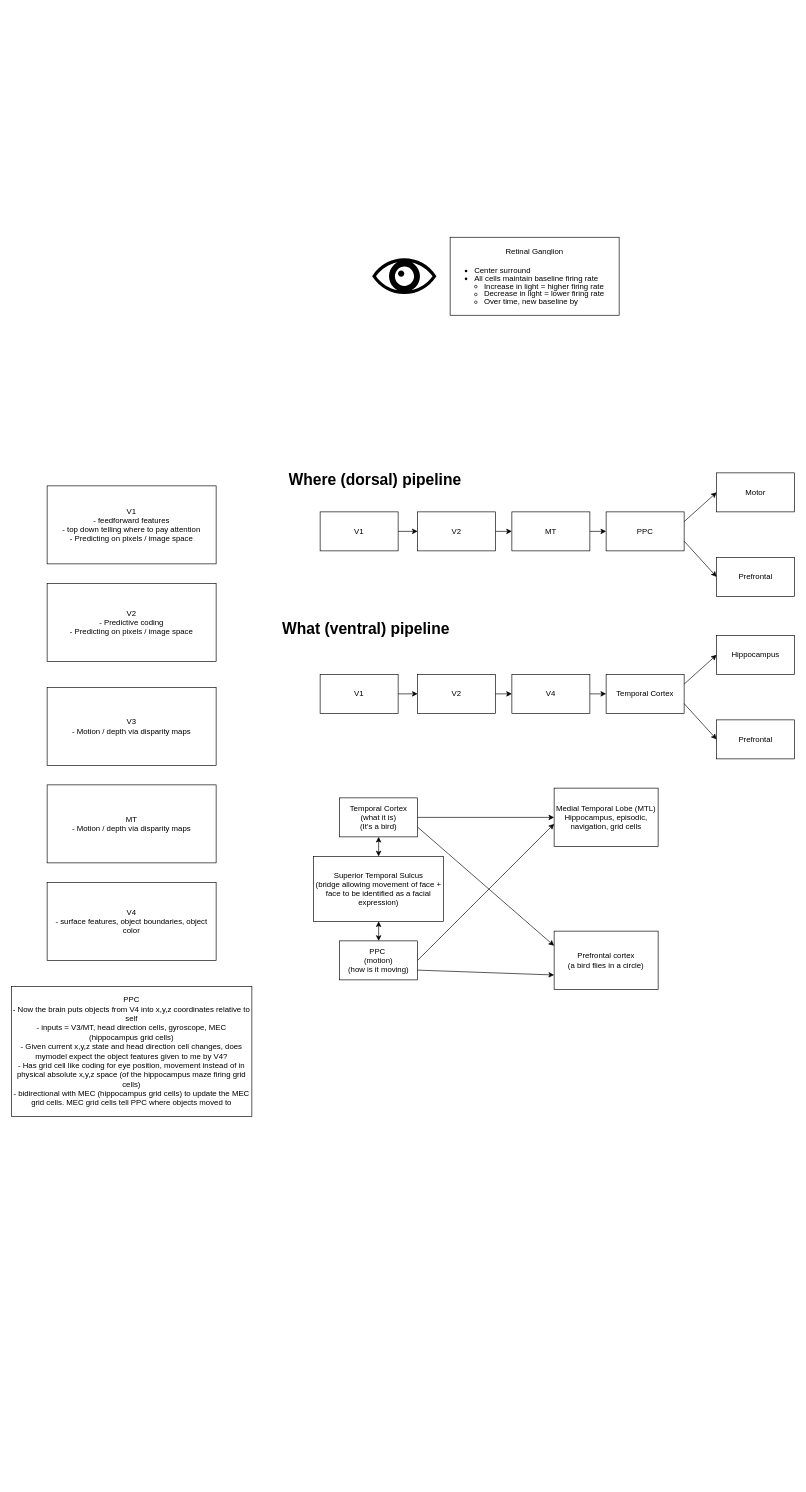
Before: VisualCortex.drawio in djsamseng/BusinessPlan, a draw.io diagram. Source tidied: cells renumbered, new cells numbered last; positions are measured from the earlier drawing's top-left corner, leaving out a move shared by most shapes. Both pictures are drawn from the tidied source at 65%, with x=0, y=0 at pixel (11, 237).
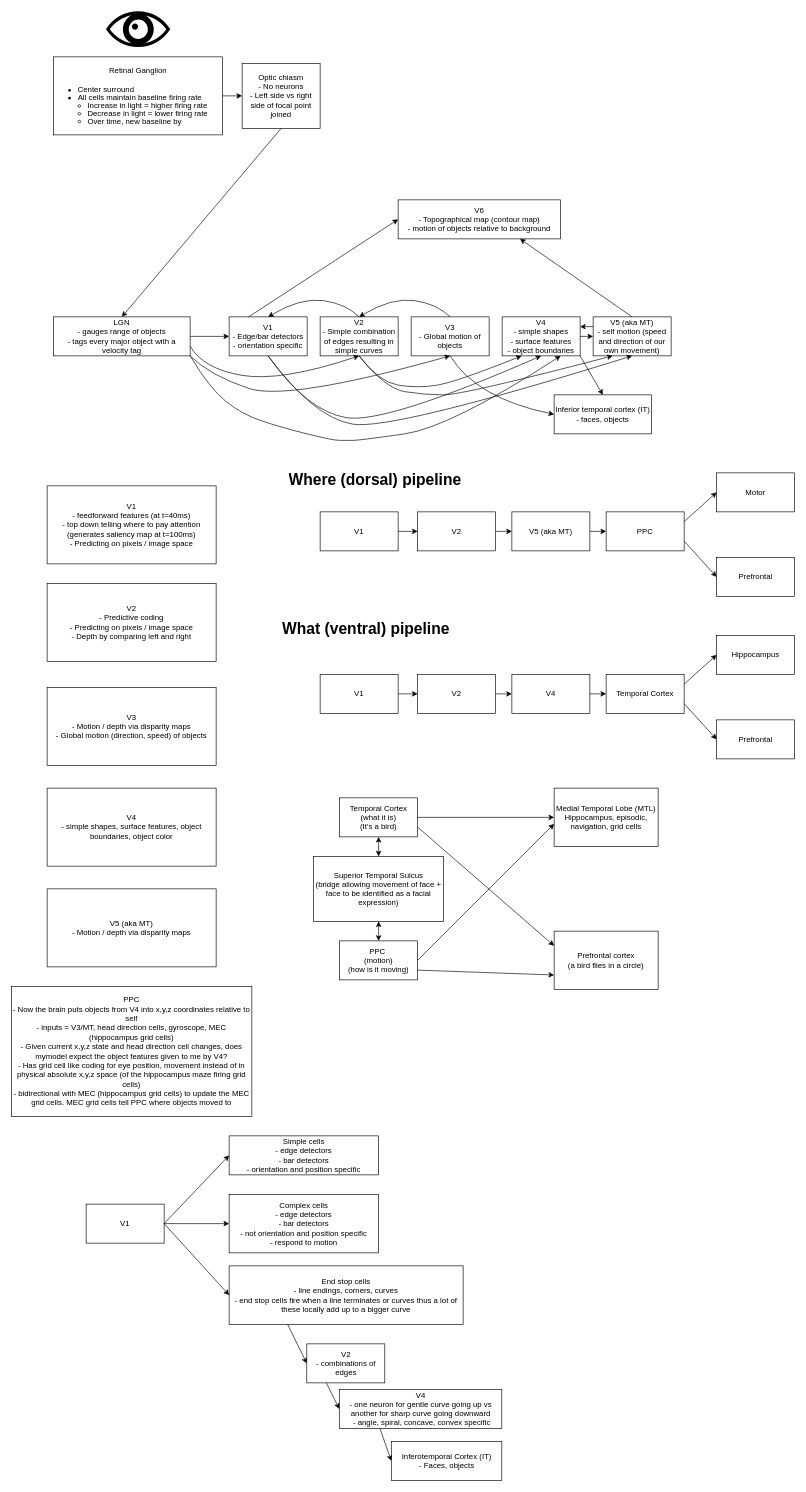
After the change.

Diff of the diagram source:
```diff
@@
     <mxCell id="2" style="shape=mxgraph.signs.healthcare.eye;html=1;fillColor=#000000;strokeColor=none;verticalLabelPosition=bottom;verticalAlign=top;align=center;" parent="1" vertex="1">
-      <mxGeometry x="555" y="32" width="99" height="55" as="geometry" />
+      <mxGeometry x="145.5" y="-348" width="99" height="55" as="geometry" />
     </mxCell>
     <mxCell id="3" value="Retinal Ganglion&lt;div&gt;&lt;br&gt;&lt;/div&gt;&lt;div&gt;&lt;ul style=&quot;text-align: left; padding-left: 15px; margin-top: 2px; margin-bottom: 2px;&quot;&gt;&lt;li style=&quot;line-height: 12px;&quot;&gt;Center surround&lt;/li&gt;&lt;li style=&quot;line-height: 12px;&quot;&gt;All cells maintain baseline firing rate&lt;/li&gt;&lt;ul style=&quot;padding-left: 15px;&quot;&gt;&lt;li style=&quot;line-height: 12px;&quot;&gt;Increase in light = higher firing rate&lt;/li&gt;&lt;li style=&quot;line-height: 12px;&quot;&gt;Decrease in light = lower firing rate&lt;/li&gt;&lt;li style=&quot;line-height: 12px;&quot;&gt;Over time, new baseline by&amp;nbsp;&amp;nbsp;&lt;/li&gt;&lt;/ul&gt;&lt;/ul&gt;&lt;/div&gt;" style="rounded=0;whiteSpace=wrap;html=1;" parent="1" vertex="1">
-      <mxGeometry x="675" y="-0.5" width="260" height="120" as="geometry" />
+      <mxGeometry x="65" y="-278" width="260" height="120" as="geometry" />
     </mxCell>
@@
-    <mxCell id="8" value="MT" style="rounded=0;whiteSpace=wrap;html=1;" parent="1" vertex="1">
+    <mxCell id="8" value="V5 (aka MT)" style="rounded=0;whiteSpace=wrap;html=1;" parent="1" vertex="1">
       <mxGeometry x="770" y="422" width="120" height="60" as="geometry" />
     </mxCell>
@@
-    <mxCell id="39" value="V1&lt;div&gt;- feedforward features&lt;/div&gt;&lt;div&gt;- top down telling where to pay attention&lt;/div&gt;&lt;div&gt;- Predicting on pixels / image space&lt;/div&gt;" style="rounded=0;whiteSpace=wrap;html=1;" parent="1" vertex="1">
+    <mxCell id="39" value="V1&lt;div&gt;- feedforward features (at t=40ms)&lt;/div&gt;&lt;div&gt;- top down telling where to pay attention (generates saliency map at t=100ms)&lt;/div&gt;&lt;div&gt;- Predicting on pixels / image space&lt;/div&gt;" style="rounded=0;whiteSpace=wrap;html=1;" parent="1" vertex="1">
       <mxGeometry x="55" y="382" width="260" height="120" as="geometry" />
     </mxCell>
-    <mxCell id="40" value="V2&lt;div&gt;- Predictive coding&lt;/div&gt;&lt;div&gt;- Predicting on pixels / image space&lt;/div&gt;" style="rounded=0;whiteSpace=wrap;html=1;" parent="1" vertex="1">
+    <mxCell id="40" value="V2&lt;div&gt;- Predictive coding&lt;/div&gt;&lt;div&gt;- Predicting on pixels / image space&lt;/div&gt;&lt;div&gt;- Depth by comparing left and right&lt;/div&gt;" style="rounded=0;whiteSpace=wrap;html=1;" parent="1" vertex="1">
       <mxGeometry x="55" y="532" width="260" height="120" as="geometry" />
     </mxCell>
-    <mxCell id="41" value="V3&lt;div&gt;- Motion / depth via disparity maps&lt;/div&gt;" style="rounded=0;whiteSpace=wrap;html=1;" parent="1" vertex="1">
+    <mxCell id="41" value="V3&lt;div&gt;- Motion / depth via disparity maps&lt;/div&gt;&lt;div&gt;- Global motion (direction, speed) of objects&lt;/div&gt;" style="rounded=0;whiteSpace=wrap;html=1;" parent="1" vertex="1">
       <mxGeometry x="55" y="692" width="260" height="120" as="geometry" />
     </mxCell>
-    <mxCell id="42" value="MT&lt;br&gt;&lt;div&gt;- Motion / depth via disparity maps&lt;/div&gt;" style="rounded=0;whiteSpace=wrap;html=1;" parent="1" vertex="1">
-      <mxGeometry x="55" y="842" width="260" height="120" as="geometry" />
+    <mxCell id="42" value="V5 (aka MT)&lt;br&gt;&lt;div&gt;- Motion / depth via disparity maps&lt;/div&gt;" style="rounded=0;whiteSpace=wrap;html=1;" parent="1" vertex="1">
+      <mxGeometry x="55" y="1002" width="260" height="120" as="geometry" />
     </mxCell>
-    <mxCell id="43" value="V4&lt;div&gt;- surface features, object boundaries, object color&lt;/div&gt;" style="rounded=0;whiteSpace=wrap;html=1;" parent="1" vertex="1">
-      <mxGeometry x="55" y="992" width="260" height="120" as="geometry" />
+    <mxCell id="43" value="V4&lt;div&gt;- simple shapes, surface features, object boundaries, object color&lt;/div&gt;" style="rounded=0;whiteSpace=wrap;html=1;" parent="1" vertex="1">
+      <mxGeometry x="55" y="847" width="260" height="120" as="geometry" />
     </mxCell>
@@
+    <mxCell id="45" value="V1" style="rounded=0;whiteSpace=wrap;html=1;" parent="1" vertex="1">
+      <mxGeometry x="115" y="1487" width="120" height="60" as="geometry" />
+    </mxCell>
+    <mxCell id="46" value="Simple cells&lt;div&gt;- edge detectors&lt;/div&gt;&lt;div&gt;- bar detectors&lt;/div&gt;&lt;div&gt;- orientation and position specific&lt;/div&gt;" style="rounded=0;whiteSpace=wrap;html=1;" parent="1" vertex="1">
+      <mxGeometry x="335" y="1382" width="230" height="60" as="geometry" />
+    </mxCell>
+    <mxCell id="47" value="Complex cells&lt;div&gt;- edge detectors&lt;/div&gt;&lt;div&gt;- bar detectors&lt;/div&gt;&lt;div&gt;- not orientation and position specific&lt;/div&gt;&lt;div&gt;- respond to motion&lt;/div&gt;" style="rounded=0;whiteSpace=wrap;html=1;" parent="1" vertex="1">
+      <mxGeometry x="335" y="1472" width="230" height="90" as="geometry" />
+    </mxCell>
+    <mxCell id="48" value="End stop cells&lt;div&gt;- line endings, corners, curves&lt;/div&gt;&lt;div&gt;- end stop cells fire when a line terminates or curves thus a lot of these locally add up to a bigger curve&lt;/div&gt;" style="rounded=0;whiteSpace=wrap;html=1;" parent="1" vertex="1">
+      <mxGeometry x="335" y="1582" width="360" height="90" as="geometry" />
+    </mxCell>
+    <mxCell id="49" style="endArrow=classic;html=1;rounded=0;exitX=1;exitY=0.5;exitDx=0;exitDy=0;entryX=0;entryY=0.5;entryDx=0;entryDy=0;" parent="1" edge="1" source="45" target="46">
+      <mxGeometry relative="1" as="geometry" />
+    </mxCell>
+    <mxCell id="50" style="endArrow=classic;html=1;rounded=0;exitX=1;exitY=0.5;exitDx=0;exitDy=0;entryX=0;entryY=0.5;entryDx=0;entryDy=0;" parent="1" edge="1" source="45" target="47">
+      <mxGeometry relative="1" as="geometry" />
+    </mxCell>
+    <mxCell id="51" style="endArrow=classic;html=1;rounded=0;exitX=1;exitY=0.5;exitDx=0;exitDy=0;entryX=0;entryY=0.5;entryDx=0;entryDy=0;" parent="1" edge="1" source="45" target="48">
+      <mxGeometry relative="1" as="geometry" />
+    </mxCell>
+    <mxCell id="52" value="V4&lt;div&gt;- one neuron for gentle curve going up vs another for sharp curve going downward&lt;/div&gt;&lt;div&gt;&amp;nbsp;- angle, spiral, concave, convex specific&lt;/div&gt;" style="rounded=0;whiteSpace=wrap;html=1;" parent="1" vertex="1">
+      <mxGeometry x="504.5" y="1772" width="250" height="60" as="geometry" />
+    </mxCell>
+    <mxCell id="53" style="endArrow=classic;html=1;rounded=0;exitX=0.25;exitY=1;exitDx=0;exitDy=0;entryX=0;entryY=0.5;entryDx=0;entryDy=0;" parent="1" edge="1" source="48" target="54">
+      <mxGeometry relative="1" as="geometry" />
+    </mxCell>
+    <mxCell id="54" value="V2&lt;div&gt;- combinations of edges&lt;/div&gt;" style="rounded=0;whiteSpace=wrap;html=1;" parent="1" vertex="1">
+      <mxGeometry x="454.5" y="1702" width="120" height="60" as="geometry" />
+    </mxCell>
+    <mxCell id="55" style="endArrow=classic;html=1;rounded=0;exitX=0.25;exitY=1;exitDx=0;exitDy=0;entryX=0;entryY=0.5;entryDx=0;entryDy=0;" parent="1" edge="1" source="54" target="52">
+      <mxGeometry relative="1" as="geometry" />
+    </mxCell>
+    <mxCell id="56" value="Inferotemporal Cortex (IT)&lt;div&gt;- Faces, objects&lt;/div&gt;" style="rounded=0;whiteSpace=wrap;html=1;" parent="1" vertex="1">
+      <mxGeometry x="584.5" y="1852" width="170" height="60" as="geometry" />
+    </mxCell>
+    <mxCell id="57" style="endArrow=classic;html=1;rounded=0;exitX=0.25;exitY=1;exitDx=0;exitDy=0;entryX=0;entryY=0.5;entryDx=0;entryDy=0;" parent="1" edge="1" source="52" target="56">
+      <mxGeometry relative="1" as="geometry" />
+    </mxCell>
+    <mxCell id="58" value="LGN&lt;div&gt;- gauges range of objects&lt;/div&gt;&lt;div&gt;- tags every major object with a velocity tag&lt;/div&gt;" style="rounded=0;whiteSpace=wrap;html=1;" parent="1" vertex="1">
+      <mxGeometry x="65" y="122" width="210" height="60" as="geometry" />
+    </mxCell>
+    <mxCell id="59" value="V1&lt;div&gt;- Edge/bar detectors&lt;/div&gt;&lt;div&gt;- orientation specific&lt;/div&gt;" style="rounded=0;whiteSpace=wrap;html=1;" parent="1" vertex="1">
+      <mxGeometry x="335" y="122" width="120" height="60" as="geometry" />
+    </mxCell>
+    <mxCell id="60" style="endArrow=classic;html=1;rounded=0;exitX=1;exitY=0.5;exitDx=0;exitDy=0;entryX=0;entryY=0.5;entryDx=0;entryDy=0;" parent="1" edge="1" source="58" target="59">
+      <mxGeometry relative="1" as="geometry" />
+    </mxCell>
+    <mxCell id="61" value="V3&lt;div&gt;- Global motion of objects&lt;/div&gt;" style="rounded=0;whiteSpace=wrap;html=1;" parent="1" vertex="1">
+      <mxGeometry x="615" y="122" width="120" height="60" as="geometry" />
+    </mxCell>
+    <mxCell id="62" value="V2&lt;div&gt;- Simple combination of edges resulting in simple curves&lt;/div&gt;" style="rounded=0;whiteSpace=wrap;html=1;" parent="1" vertex="1">
+      <mxGeometry x="475" y="122" width="120" height="60" as="geometry" />
+    </mxCell>
+    <mxCell id="63" style="curved=1;endArrow=classic;html=1;rounded=0;exitX=1;exitY=0.75;exitDx=0;exitDy=0;entryX=0.5;entryY=1;entryDx=0;entryDy=0;" parent="1" edge="1" source="58" target="62">
+      <mxGeometry relative="1" as="geometry">
+        <Array as="points">
+          <mxPoint x="295" y="202" />
+          <mxPoint x="415" y="222" />
+        </Array>
+      </mxGeometry>
+    </mxCell>
+    <mxCell id="64" style="curved=1;endArrow=classic;html=1;rounded=0;exitX=1;exitY=1;exitDx=0;exitDy=0;entryX=0.5;entryY=1;entryDx=0;entryDy=0;" parent="1" edge="1" source="58" target="61">
+      <mxGeometry relative="1" as="geometry">
+        <Array as="points">
+          <mxPoint x="305" y="212" />
+          <mxPoint x="425" y="252" />
+        </Array>
+      </mxGeometry>
+    </mxCell>
+    <mxCell id="65" value="Optic chiasm&lt;div&gt;- No neurons&lt;/div&gt;&lt;div&gt;- Left side vs right side of focal point joined&lt;/div&gt;" style="rounded=0;whiteSpace=wrap;html=1;" parent="1" vertex="1">
+      <mxGeometry x="355" y="-268" width="120" height="100" as="geometry" />
+    </mxCell>
+    <mxCell id="66" style="endArrow=classic;html=1;rounded=0;exitX=1;exitY=0.5;exitDx=0;exitDy=0;entryX=0;entryY=0.5;entryDx=0;entryDy=0;" parent="1" edge="1" source="3" target="65">
+      <mxGeometry relative="1" as="geometry" />
+    </mxCell>
+    <mxCell id="67" style="endArrow=classic;html=1;rounded=0;exitX=0.5;exitY=1;exitDx=0;exitDy=0;entryX=0.5;entryY=0;entryDx=0;entryDy=0;" parent="1" edge="1" source="65" target="58">
+      <mxGeometry relative="1" as="geometry" />
+    </mxCell>
+    <mxCell id="68" style="curved=1;endArrow=classic;html=1;rounded=0;exitX=0.5;exitY=0;exitDx=0;exitDy=0;entryX=0.5;entryY=0;entryDx=0;entryDy=0;" parent="1" edge="1" source="62" target="59">
+      <mxGeometry relative="1" as="geometry">
+        <Array as="points">
+          <mxPoint x="515" y="102" />
+          <mxPoint x="445" y="92" />
+        </Array>
+      </mxGeometry>
+    </mxCell>
+    <mxCell id="69" style="curved=1;endArrow=classic;html=1;rounded=0;exitX=0.5;exitY=0;exitDx=0;exitDy=0;entryX=0.5;entryY=0;entryDx=0;entryDy=0;" parent="1" edge="1" source="61" target="62">
+      <mxGeometry relative="1" as="geometry">
+        <Array as="points">
+          <mxPoint x="655" y="102" />
+          <mxPoint x="585" y="92" />
+        </Array>
+      </mxGeometry>
+    </mxCell>
+    <mxCell id="70" value="V4&lt;div&gt;- simple shapes&lt;/div&gt;&lt;div&gt;- surface features&lt;/div&gt;&lt;div&gt;- object boundaries&lt;/div&gt;" style="rounded=0;whiteSpace=wrap;html=1;" parent="1" vertex="1">
+      <mxGeometry x="755" y="122" width="120" height="60" as="geometry" />
+    </mxCell>
+    <mxCell id="71" value="V5 (aka MT)&lt;div&gt;- self motion (speed and direction of our own movement)&lt;/div&gt;" style="rounded=0;whiteSpace=wrap;html=1;" parent="1" vertex="1">
+      <mxGeometry x="895" y="122" width="120" height="60" as="geometry" />
+    </mxCell>
+    <mxCell id="72" style="curved=1;endArrow=classic;html=1;rounded=0;entryX=0;entryY=0.5;entryDx=0;entryDy=0;" parent="1" edge="1" target="73">
+      <mxGeometry relative="1" as="geometry">
+        <mxPoint x="675" y="182" as="sourcePoint" />
+        <Array as="points">
+          <mxPoint x="715" y="247" />
+        </Array>
+      </mxGeometry>
+    </mxCell>
+    <mxCell id="73" value="Inferior temporal cortex (IT)&lt;div&gt;- faces, objects&lt;/div&gt;" style="rounded=0;whiteSpace=wrap;html=1;" parent="1" vertex="1">
+      <mxGeometry x="835" y="242" width="150" height="60" as="geometry" />
+    </mxCell>
+    <mxCell id="74" style="curved=1;endArrow=classic;html=1;rounded=0;exitX=0.5;exitY=1;exitDx=0;exitDy=0;entryX=0.5;entryY=1;entryDx=0;entryDy=0;" parent="1" edge="1" source="59" target="70">
+      <mxGeometry relative="1" as="geometry">
+        <Array as="points">
+          <mxPoint x="455" y="267" />
+          <mxPoint x="575" y="287" />
+        </Array>
+      </mxGeometry>
+    </mxCell>
+    <mxCell id="75" style="curved=1;endArrow=classic;html=1;rounded=0;exitX=0.5;exitY=1;exitDx=0;exitDy=0;entryX=0.25;entryY=1;entryDx=0;entryDy=0;" parent="1" edge="1" source="62" target="70">
+      <mxGeometry relative="1" as="geometry">
+        <Array as="points">
+          <mxPoint x="565" y="222" />
+          <mxPoint x="625" y="232" />
+          <mxPoint x="685" y="222" />
+        </Array>
+      </mxGeometry>
+    </mxCell>
+    <mxCell id="76" style="curved=1;endArrow=classic;html=1;rounded=0;exitX=1;exitY=1;exitDx=0;exitDy=0;entryX=0.75;entryY=1;entryDx=0;entryDy=0;" parent="1" edge="1" source="58" target="70">
+      <mxGeometry relative="1" as="geometry">
+        <Array as="points">
+          <mxPoint x="305" y="232" />
+          <mxPoint x="355" y="272" />
+          <mxPoint x="415" y="292" />
+          <mxPoint x="495" y="312" />
+          <mxPoint x="515" y="312" />
+          <mxPoint x="535" y="312" />
+          <mxPoint x="675" y="292" />
+        </Array>
+      </mxGeometry>
+    </mxCell>
+    <mxCell id="77" value="V6&lt;div&gt;- Topographical map (contour map)&lt;/div&gt;&lt;div&gt;- motion of objects relative to background&lt;/div&gt;" style="rounded=0;whiteSpace=wrap;html=1;" parent="1" vertex="1">
+      <mxGeometry x="595" y="-58" width="250" height="60" as="geometry" />
+    </mxCell>
+    <mxCell id="78" style="endArrow=classic;html=1;rounded=0;exitX=0.5;exitY=0;exitDx=0;exitDy=0;entryX=0.75;entryY=1;entryDx=0;entryDy=0;" parent="1" edge="1" source="71" target="77">
+      <mxGeometry relative="1" as="geometry" />
+    </mxCell>
+    <mxCell id="79" style="endArrow=classic;html=1;rounded=0;exitX=0.25;exitY=0;exitDx=0;exitDy=0;entryX=0;entryY=0.5;entryDx=0;entryDy=0;" parent="1" edge="1" source="59" target="77">
+      <mxGeometry relative="1" as="geometry" />
+    </mxCell>
+    <mxCell id="80" style="curved=1;endArrow=classic;html=1;rounded=0;exitX=0.5;exitY=1;exitDx=0;exitDy=0;entryX=0.25;entryY=1;entryDx=0;entryDy=0;" parent="1" edge="1" source="62" target="71">
+      <mxGeometry relative="1" as="geometry">
+        <Array as="points">
+          <mxPoint x="575" y="232" />
+          <mxPoint x="635" y="242" />
+          <mxPoint x="695" y="242" />
+        </Array>
+      </mxGeometry>
+    </mxCell>
+    <mxCell id="81" style="endArrow=classic;html=1;rounded=0;exitX=1;exitY=0.5;exitDx=0;exitDy=0;" parent="1" edge="1" source="70" target="71">
+      <mxGeometry relative="1" as="geometry" />
+    </mxCell>
+    <mxCell id="82" style="endArrow=classic;html=1;rounded=0;exitX=0;exitY=0.25;exitDx=0;exitDy=0;entryX=1;entryY=0.25;entryDx=0;entryDy=0;" parent="1" edge="1" source="71" target="70">
+      <mxGeometry relative="1" as="geometry" />
+    </mxCell>
+    <mxCell id="83" style="curved=1;endArrow=classic;html=1;rounded=0;exitX=0.5;exitY=1;exitDx=0;exitDy=0;entryX=0.5;entryY=1;entryDx=0;entryDy=0;" parent="1" edge="1" source="59" target="71">
+      <mxGeometry relative="1" as="geometry">
+        <Array as="points">
+          <mxPoint x="465" y="277" />
+          <mxPoint x="585" y="297" />
+        </Array>
+      </mxGeometry>
+    </mxCell>
+    <mxCell id="84" style="endArrow=classic;html=1;rounded=0;exitX=1;exitY=1;exitDx=0;exitDy=0;entryX=0.5;entryY=0;entryDx=0;entryDy=0;" parent="1" edge="1" source="70" target="73">
+      <mxGeometry relative="1" as="geometry" />
+    </mxCell>
```
